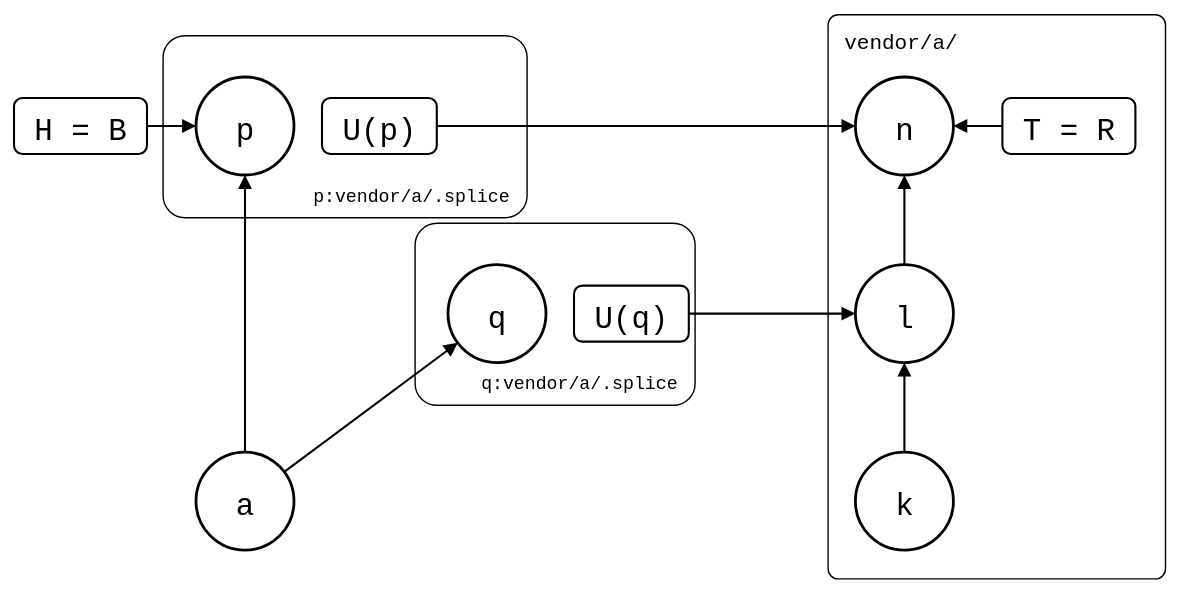
Above: test/scenarios/concurrent-pulls/concurrent-pulls.drawio.svg in roschaefer/git-splice (draw.io), before the change. Source tidied: cells renumbered, new cells last; positions are measured from the earlier drawing's top-left corner, leaving out a move shared by most shapes.
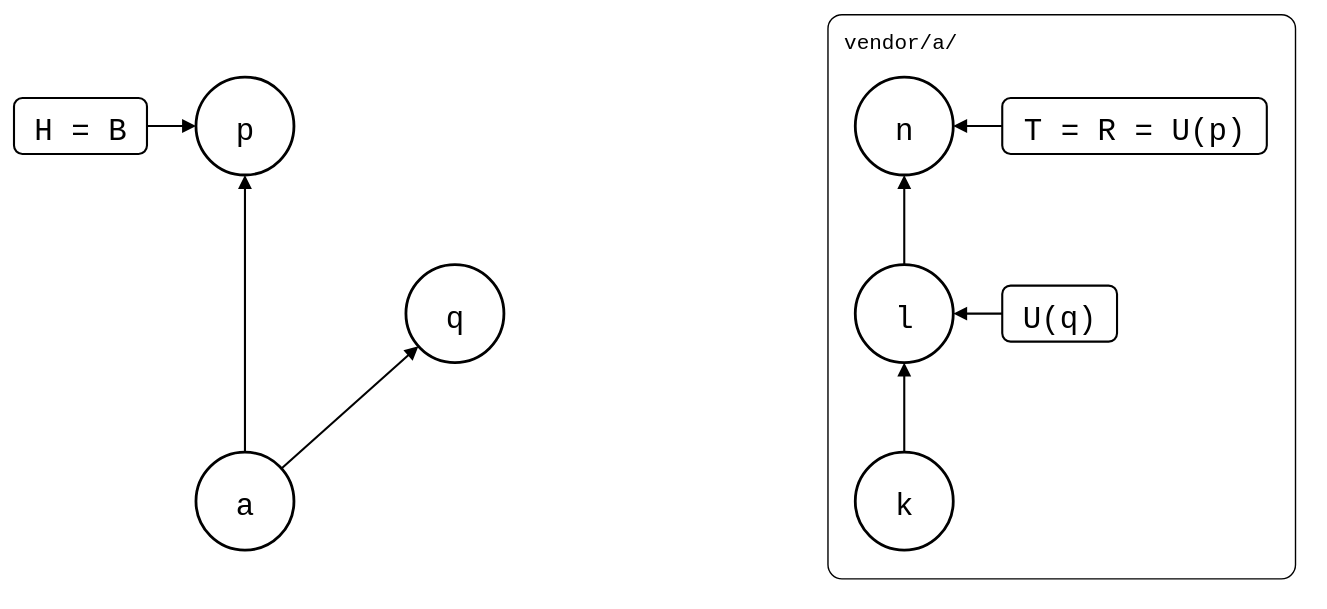
After the commit.

Commit message:
docs(scenarios): draw concurrent-pulls without frames

Frames are gone (#166): U(p) shares the box on n with T and R, and U(q) sits next to l, in the lane.

What changed in the source:
```diff
@@ -3,14 +3,8 @@
     <mxCell id="0" />
     <mxCell id="1" parent="0" />
     <mxCell id="2" value="vendor/a/" style="rounded=1;arcSize=3;fillColor=none;strokeWidth=1;fontSize=15;verticalAlign=top;align=left;spacingLeft=10;spacingTop=4;fontFamily=Roboto Mono,monospace;" parent="1" vertex="1">
-      <mxGeometry x="581" width="241" height="403" as="geometry" />
+      <mxGeometry x="581" width="334" height="403" as="geometry" />
     </mxCell>
-    <mxCell id="3" value="p:vendor/a/.splice" style="rounded=1;arcSize=12;fillColor=none;strokeWidth=1;fontSize=13;verticalAlign=bottom;spacingBottom=6;spacingLeft=10;spacingRight=10;fontFamily=Roboto Mono,monospace;align=right;" parent="1" vertex="1">
-      <mxGeometry x="106" y="15" width="260" height="130" as="geometry" />
-    </mxCell>
-    <mxCell id="4" value="q:vendor/a/.splice" style="rounded=1;arcSize=12;fillColor=none;strokeWidth=1;fontSize=13;verticalAlign=bottom;spacingBottom=6;spacingLeft=10;spacingRight=10;fontFamily=Roboto Mono,monospace;align=right;" parent="1" vertex="1">
-      <mxGeometry x="286" y="149" width="200" height="130" as="geometry" />
-    </mxCell>
     <mxCell id="5" value="a" style="ellipse;strokeWidth=2;fontSize=22;fontFamily=Roboto Mono,monospace;" parent="1" vertex="1">
       <mxGeometry x="130" y="313" width="70" height="70" as="geometry" />
     </mxCell>
@@ -18,7 +12,7 @@
       <mxGeometry x="130" y="45" width="70" height="70" as="geometry" />
     </mxCell>
     <mxCell id="7" value="q" style="ellipse;strokeWidth=2;fontSize=22;fontFamily=Roboto Mono,monospace;" parent="1" vertex="1">
-      <mxGeometry x="310" y="179" width="70" height="70" as="geometry" />
+      <mxGeometry x="280" y="179" width="70" height="70" as="geometry" />
     </mxCell>
     <mxCell id="8" value="k" style="ellipse;strokeWidth=2;fontSize=22;fontFamily=Roboto Mono,monospace;" parent="1" vertex="1">
       <mxGeometry x="601" y="313" width="70" height="70" as="geometry" />
@@ -35,20 +29,14 @@
     <mxCell id="12" style="endArrow=block;endFill=1;html=1;strokeWidth=1.5;rounded=0;" parent="1" edge="1" source="11" target="6">
       <mxGeometry relative="1" as="geometry" />
     </mxCell>
-    <mxCell id="13" value="U(p)" style="rounded=1;strokeWidth=1.5;fontSize=22;fontFamily=Roboto Mono,monospace;" parent="1" vertex="1">
-      <mxGeometry x="220" y="60" width="82" height="40" as="geometry" />
-    </mxCell>
-    <mxCell id="14" style="endArrow=block;endFill=1;html=1;strokeWidth=1.5;rounded=0;" parent="1" edge="1" source="13" target="10">
-      <mxGeometry relative="1" as="geometry" />
-    </mxCell>
     <mxCell id="15" value="U(q)" style="rounded=1;strokeWidth=1.5;fontSize=22;fontFamily=Roboto Mono,monospace;" parent="1" vertex="1">
-      <mxGeometry x="400" y="194" width="82" height="40" as="geometry" />
+      <mxGeometry x="706" y="194" width="82" height="40" as="geometry" />
     </mxCell>
     <mxCell id="16" style="endArrow=block;endFill=1;html=1;strokeWidth=1.5;rounded=0;" parent="1" edge="1" source="15" target="9">
       <mxGeometry relative="1" as="geometry" />
     </mxCell>
-    <mxCell id="17" value="T = R" style="rounded=1;strokeWidth=1.5;fontSize=22;fontFamily=Roboto Mono,monospace;" parent="1" vertex="1">
-      <mxGeometry x="706" y="60" width="95" height="40" as="geometry" />
+    <mxCell id="17" value="T = R = U(p)" style="rounded=1;strokeWidth=1.5;fontSize=22;fontFamily=Roboto Mono,monospace;" parent="1" vertex="1">
+      <mxGeometry x="706" y="60" width="189" height="40" as="geometry" />
     </mxCell>
     <mxCell id="18" style="endArrow=block;endFill=1;html=1;strokeWidth=1.5;rounded=0;" parent="1" edge="1" source="17" target="10">
       <mxGeometry relative="1" as="geometry" />
```
